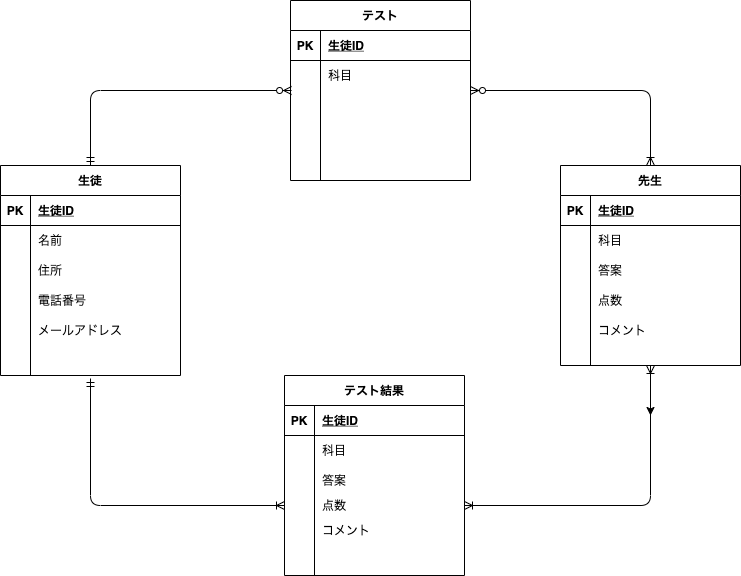
The draw.io diagram ERtest.drawio.png in Ufaa/DB20210802goto, before a commit. Source tidied: cells renumbered, new cells last; positions are measured from the earlier drawing's top-left corner, leaving out a move shared by most shapes.
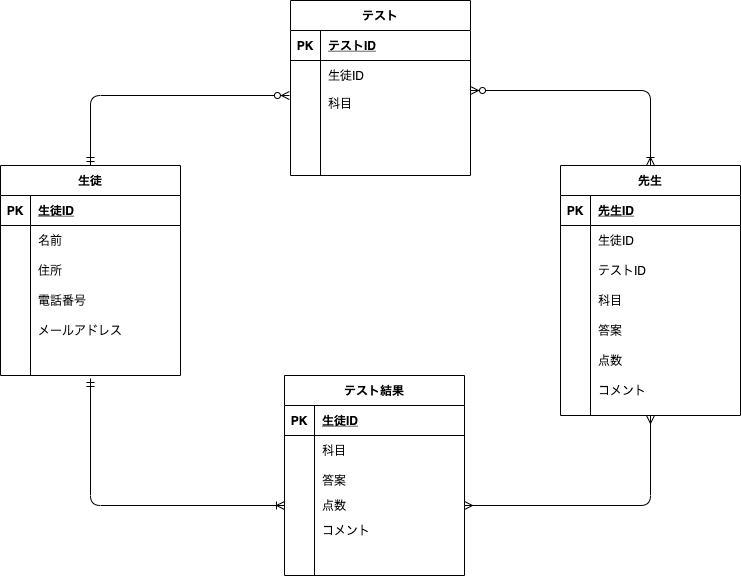
After the change.

Diff of the diagram source:
```diff
@@ -2,13 +2,8 @@
   <root>
     <mxCell id="0" />
     <mxCell id="1" parent="0" />
-    <mxCell id="2" style="edgeStyle=orthogonalEdgeStyle;rounded=0;jettySize=auto;html=1;exitX=0.5;exitY=1;exitDx=0;exitDy=0;fontColor=#FFFFFF;" parent="1" edge="1" source="3">
-      <mxGeometry relative="1" as="geometry">
-        <mxPoint x="650" y="415" as="targetPoint" />
-      </mxGeometry>
-    </mxCell>
     <mxCell id="3" value="先生" style="shape=table;startSize=30;rowLines=0;fontStyle=1;align=center;" parent="1" vertex="1">
-      <mxGeometry x="560" y="165" width="180" height="200" as="geometry" />
+      <mxGeometry x="560" y="165" width="180" height="250" as="geometry" />
     </mxCell>
     <mxCell id="4" style="shape=partialRectangle;fillColor=none;top=0;left=0;bottom=1;right=0;" parent="3" vertex="1">
       <mxGeometry y="30" width="180" height="30" as="geometry" />
@@ -16,11 +11,29 @@
     <mxCell id="5" value="PK" style="shape=partialRectangle;fillColor=none;top=0;left=0;bottom=0;right=0;fontStyle=1;overflow=hidden;" parent="4" vertex="1">
       <mxGeometry width="30" height="30" as="geometry" />
     </mxCell>
-    <mxCell id="6" value="生徒ID" style="shape=partialRectangle;fillColor=none;top=0;left=0;bottom=0;right=0;align=left;spacingLeft=6;fontStyle=5;overflow=hidden;" parent="4" vertex="1">
+    <mxCell id="6" value="先生ID" style="shape=partialRectangle;fillColor=none;top=0;left=0;bottom=0;right=0;align=left;spacingLeft=6;fontStyle=5;overflow=hidden;" parent="4" vertex="1">
       <mxGeometry x="30" width="150" height="30" as="geometry" />
     </mxCell>
+    <mxCell id="77" style="shape=partialRectangle;fillColor=none;top=0;left=0;bottom=0;right=0;" parent="3" vertex="1">
+      <mxGeometry y="60" width="180" height="30" as="geometry" />
+    </mxCell>
+    <mxCell id="78" style="shape=partialRectangle;fillColor=none;top=0;left=0;bottom=0;right=0;overflow=hidden;" parent="77" vertex="1">
+      <mxGeometry width="30" height="30" as="geometry" />
+    </mxCell>
+    <mxCell id="79" value="生徒ID" style="shape=partialRectangle;fillColor=none;top=0;left=0;bottom=0;right=0;align=left;spacingLeft=6;overflow=hidden;" parent="77" vertex="1">
+      <mxGeometry x="30" width="150" height="30" as="geometry" />
+    </mxCell>
+    <mxCell id="80" style="shape=partialRectangle;fillColor=none;top=0;left=0;bottom=0;right=0;" parent="3" vertex="1">
+      <mxGeometry y="90" width="180" height="30" as="geometry" />
+    </mxCell>
+    <mxCell id="81" style="shape=partialRectangle;fillColor=none;top=0;left=0;bottom=0;right=0;overflow=hidden;" parent="80" vertex="1">
+      <mxGeometry width="30" height="30" as="geometry" />
+    </mxCell>
+    <mxCell id="82" value="テストID" style="shape=partialRectangle;fillColor=none;top=0;left=0;bottom=0;right=0;align=left;spacingLeft=6;overflow=hidden;" parent="80" vertex="1">
+      <mxGeometry x="30" width="150" height="30" as="geometry" />
+    </mxCell>
     <mxCell id="7" style="shape=partialRectangle;fillColor=none;top=0;left=0;bottom=0;right=0;" parent="3" vertex="1">
-      <mxGeometry y="60" width="180" height="30" as="geometry" />
+      <mxGeometry y="120" width="180" height="30" as="geometry" />
     </mxCell>
     <mxCell id="8" style="shape=partialRectangle;fillColor=none;top=0;left=0;bottom=0;right=0;overflow=hidden;" parent="7" vertex="1">
       <mxGeometry width="30" height="30" as="geometry" />
@@ -29,7 +42,7 @@
       <mxGeometry x="30" width="150" height="30" as="geometry" />
     </mxCell>
     <mxCell id="10" style="shape=partialRectangle;fillColor=none;top=0;left=0;bottom=0;right=0;" parent="3" vertex="1">
-      <mxGeometry y="90" width="180" height="30" as="geometry" />
+      <mxGeometry y="150" width="180" height="30" as="geometry" />
     </mxCell>
     <mxCell id="11" style="shape=partialRectangle;fillColor=none;top=0;left=0;bottom=0;right=0;overflow=hidden;" parent="10" vertex="1">
       <mxGeometry width="30" height="30" as="geometry" />
@@ -38,7 +51,7 @@
       <mxGeometry x="30" width="150" height="30" as="geometry" />
     </mxCell>
     <mxCell id="13" style="shape=partialRectangle;fillColor=none;top=0;left=0;bottom=0;right=0;" parent="3" vertex="1">
-      <mxGeometry y="120" width="180" height="30" as="geometry" />
+      <mxGeometry y="180" width="180" height="30" as="geometry" />
     </mxCell>
     <mxCell id="14" style="shape=partialRectangle;fillColor=none;top=0;left=0;bottom=0;right=0;overflow=hidden;" parent="13" vertex="1">
       <mxGeometry width="30" height="30" as="geometry" />
@@ -47,7 +60,7 @@
       <mxGeometry x="30" width="150" height="30" as="geometry" />
     </mxCell>
     <mxCell id="16" style="shape=partialRectangle;fillColor=none;top=0;left=0;bottom=0;right=0;" parent="3" vertex="1">
-      <mxGeometry y="150" width="180" height="30" as="geometry" />
+      <mxGeometry y="210" width="180" height="30" as="geometry" />
     </mxCell>
     <mxCell id="17" style="shape=partialRectangle;fillColor=none;top=0;left=0;bottom=0;right=0;overflow=hidden;" parent="16" vertex="1">
       <mxGeometry width="30" height="30" as="geometry" />
@@ -56,7 +69,7 @@
       <mxGeometry x="30" width="150" height="30" as="geometry" />
     </mxCell>
     <mxCell id="19" value="テスト" style="shape=table;startSize=30;rowLines=0;fontStyle=1;align=center;" parent="1" vertex="1">
-      <mxGeometry x="290" width="180" height="180" as="geometry" />
+      <mxGeometry x="290" width="180" height="175" as="geometry" />
     </mxCell>
     <mxCell id="20" style="shape=partialRectangle;fillColor=none;top=0;left=0;bottom=1;right=0;" parent="19" vertex="1">
       <mxGeometry y="30" width="180" height="30" as="geometry" />
@@ -64,29 +77,29 @@
     <mxCell id="21" value="PK" style="shape=partialRectangle;fillColor=none;top=0;left=0;bottom=0;right=0;fontStyle=1;overflow=hidden;" parent="20" vertex="1">
       <mxGeometry width="30" height="30" as="geometry" />
     </mxCell>
-    <mxCell id="22" value="生徒ID" style="shape=partialRectangle;fillColor=none;top=0;left=0;bottom=0;right=0;align=left;spacingLeft=6;fontStyle=5;overflow=hidden;" parent="20" vertex="1">
+    <mxCell id="22" value="テストID" style="shape=partialRectangle;fillColor=none;top=0;left=0;bottom=0;right=0;align=left;spacingLeft=6;fontStyle=5;overflow=hidden;" parent="20" vertex="1">
       <mxGeometry x="30" width="150" height="30" as="geometry" />
     </mxCell>
+    <mxCell id="26" style="shape=partialRectangle;fillColor=none;top=0;left=0;bottom=0;right=0;" parent="19" vertex="1">
+      <mxGeometry y="60" width="180" height="30" as="geometry" />
+    </mxCell>
+    <mxCell id="27" style="shape=partialRectangle;fillColor=none;top=0;left=0;bottom=0;right=0;overflow=hidden;" parent="26" vertex="1">
+      <mxGeometry width="30" height="30" as="geometry" />
+    </mxCell>
+    <mxCell id="28" value="生徒ID" style="shape=partialRectangle;fillColor=none;top=0;left=0;bottom=0;right=0;align=left;spacingLeft=6;overflow=hidden;" parent="26" vertex="1">
+      <mxGeometry x="30" width="150" height="30" as="geometry" />
+    </mxCell>
     <mxCell id="23" style="shape=partialRectangle;fillColor=none;top=0;left=0;bottom=0;right=0;points=[[0,0.5],[1,0.5]];portConstraint=eastwest;" parent="19" vertex="1">
-      <mxGeometry y="60" width="180" height="30" as="geometry" />
+      <mxGeometry y="90" width="180" height="25" as="geometry" />
     </mxCell>
     <mxCell id="24" style="shape=partialRectangle;fillColor=none;top=0;left=0;bottom=0;right=0;overflow=hidden;" parent="23" vertex="1">
-      <mxGeometry width="30" height="30" as="geometry" />
+      <mxGeometry width="30" height="25" as="geometry" />
     </mxCell>
     <mxCell id="25" value="科目" style="shape=partialRectangle;fillColor=none;top=0;left=0;bottom=0;right=0;align=left;spacingLeft=6;overflow=hidden;" parent="23" vertex="1">
-      <mxGeometry x="30" width="150" height="30" as="geometry" />
+      <mxGeometry x="30" width="150" height="25" as="geometry" />
     </mxCell>
-    <mxCell id="26" style="shape=partialRectangle;fillColor=none;top=0;left=0;bottom=0;right=0;" parent="19" vertex="1">
-      <mxGeometry y="90" width="180" height="30" as="geometry" />
-    </mxCell>
-    <mxCell id="27" style="shape=partialRectangle;fillColor=none;top=0;left=0;bottom=0;right=0;overflow=hidden;" parent="26" vertex="1">
-      <mxGeometry width="30" height="30" as="geometry" />
-    </mxCell>
-    <mxCell id="28" style="shape=partialRectangle;fillColor=none;top=0;left=0;bottom=0;right=0;align=left;spacingLeft=6;overflow=hidden;" parent="26" vertex="1">
-      <mxGeometry x="30" width="150" height="30" as="geometry" />
-    </mxCell>
     <mxCell id="29" style="shape=partialRectangle;fillColor=none;top=0;left=0;bottom=0;right=0;" parent="19" vertex="1">
-      <mxGeometry y="120" width="180" height="30" as="geometry" />
+      <mxGeometry y="115" width="180" height="30" as="geometry" />
     </mxCell>
     <mxCell id="30" style="shape=partialRectangle;fillColor=none;top=0;left=0;bottom=0;right=0;overflow=hidden;" parent="29" vertex="1">
       <mxGeometry width="30" height="30" as="geometry" />
@@ -95,7 +108,7 @@
       <mxGeometry x="30" width="150" height="30" as="geometry" />
     </mxCell>
     <mxCell id="32" style="shape=partialRectangle;fillColor=none;top=0;left=0;bottom=0;right=0;" parent="19" vertex="1">
-      <mxGeometry y="150" width="180" height="30" as="geometry" />
+      <mxGeometry y="145" width="180" height="30" as="geometry" />
     </mxCell>
     <mxCell id="33" style="shape=partialRectangle;fillColor=none;top=0;left=0;bottom=0;right=0;overflow=hidden;" parent="32" vertex="1">
       <mxGeometry width="30" height="30" as="geometry" />
@@ -217,10 +230,10 @@
     <mxCell id="72" style="shape=partialRectangle;fillColor=none;top=0;left=0;bottom=0;right=0;align=left;spacingLeft=6;overflow=hidden;" parent="70" vertex="1">
       <mxGeometry x="30" width="150" height="30" as="geometry" />
     </mxCell>
-    <mxCell id="73" style="fontSize=12;html=1;endArrow=ERzeroToMany;startArrow=ERmandOne;exitX=0.5;exitY=0;exitDx=0;exitDy=0;edgeStyle=orthogonalEdgeStyle;entryX=0.006;entryY=1;entryDx=0;entryDy=0;entryPerimeter=0;" parent="1" edge="1" source="35" target="23">
+    <mxCell id="73" style="fontSize=12;html=1;endArrow=ERzeroToMany;startArrow=ERmandOne;exitX=0.5;exitY=0;exitDx=0;exitDy=0;edgeStyle=orthogonalEdgeStyle;entryX=-0.006;entryY=0.2;entryDx=0;entryDy=0;entryPerimeter=0;" parent="1" edge="1" source="35" target="23">
       <mxGeometry relative="1" as="geometry">
         <Array as="points">
-          <mxPoint x="90" y="90" />
+          <mxPoint x="90" y="95" />
         </Array>
       </mxGeometry>
     </mxCell>
@@ -232,13 +245,6 @@
         </Array>
       </mxGeometry>
     </mxCell>
-    <mxCell id="75" style="fontSize=12;html=1;endArrow=ERoneToMany;startArrow=ERoneToMany;entryX=0.5;entryY=1;entryDx=0;entryDy=0;exitX=1;exitY=0.5;exitDx=0;exitDy=0;edgeStyle=orthogonalEdgeStyle;" parent="1" edge="1" source="64" target="3">
-      <mxGeometry relative="1" as="geometry">
-        <Array as="points">
-          <mxPoint x="650" y="505" />
-        </Array>
-      </mxGeometry>
-    </mxCell>
     <mxCell id="76" style="fontSize=12;html=1;endArrow=ERoneToMany;startArrow=ERmandOne;entryX=0;entryY=0.5;entryDx=0;entryDy=0;exitX=0.5;exitY=1.1;exitDx=0;exitDy=0;exitPerimeter=0;edgeStyle=orthogonalEdgeStyle;" parent="1" edge="1" source="51" target="64">
       <mxGeometry relative="1" as="geometry">
         <Array as="points">
@@ -246,5 +252,10 @@
         </Array>
       </mxGeometry>
     </mxCell>
+    <mxCell id="83" style="edgeStyle=orthogonalEdgeStyle;fontSize=12;html=1;endArrow=ERmany;startArrow=ERmany;fontColor=#FFFFFF;entryX=0.5;entryY=1;entryDx=0;entryDy=0;" parent="1" edge="1" target="3">
+      <mxGeometry relative="1" as="geometry">
+        <mxPoint x="464" y="505" as="sourcePoint" />
+      </mxGeometry>
+    </mxCell>
   </root>
 </mxGraphModel>
```
